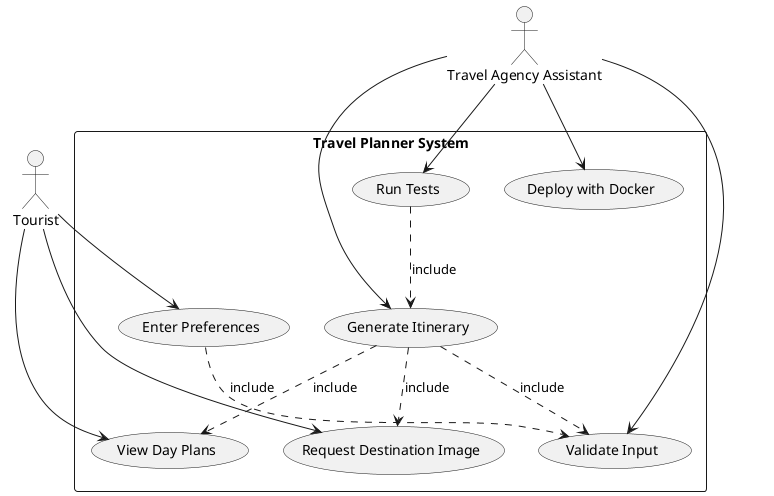
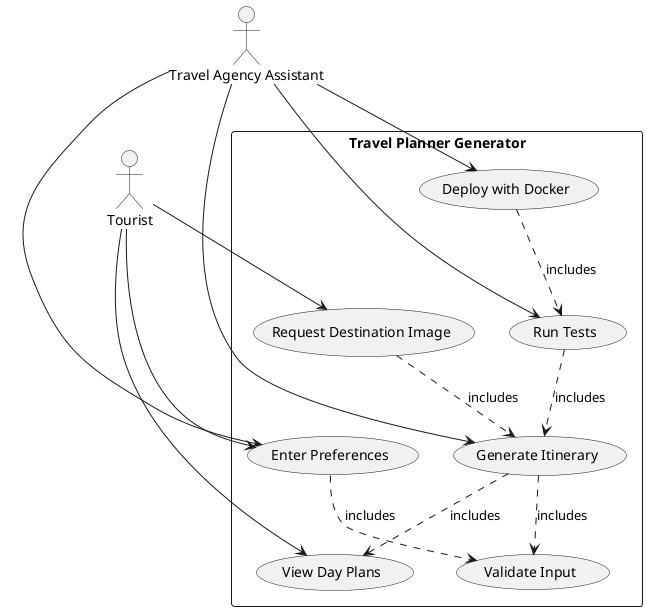
@startuml
- actor Tourist
+ actor "Tourist" as Tourist
actor "Travel Agency Assistant" as Assistant

- rectangle "Travel Planner System" {
-   usecase EnterPrefs as "Enter Preferences"
-   usecase ValidateInput as "Validate Input"
-   usecase GenerateItinerary as "Generate Itinerary"
-   usecase ViewDayPlans as "View Day Plans"
-   usecase RequestImage as "Request Destination Image"
-   usecase RunTests as "Run Tests"
-   usecase DeployDocker as "Deploy with Docker"
+ rectangle "Travel Planner Generator" {
+ usecase "Enter Preferences" as UC1
+ usecase "Validate Input" as UC2
+ usecase "Generate Itinerary" as UC3
+ usecase "View Day Plans" as UC4
+ usecase "Request Destination Image" as UC5
+ usecase "Run Tests" as UC6
+ usecase "Deploy with Docker" as UC7
}

- Tourist --> EnterPrefs
- Tourist --> ViewDayPlans
- Tourist --> RequestImage
+ Tourist --> UC1
+ Tourist --> UC4
+ Tourist --> UC5

- Assistant --> ValidateInput
- Assistant --> GenerateItinerary
- Assistant --> RunTests
- Assistant --> DeployDocker
+ Assistant --> UC1
+ Assistant --> UC3
+ Assistant --> UC6
+ Assistant --> UC7

- EnterPrefs ..> ValidateInput : include
- GenerateItinerary ..> ValidateInput : include
- GenerateItinerary ..> ViewDayPlans : include
- GenerateItinerary ..> RequestImage : include
- RunTests ..> GenerateItinerary : include
+ UC1 ..> UC2 : includes
+ UC3 ..> UC2 : includes
+ UC3 ..> UC4 : includes
+ UC5 ..> UC3 : includes
+ UC6 ..> UC3 : includes
+ UC7 ..> UC6 : includes
@enduml